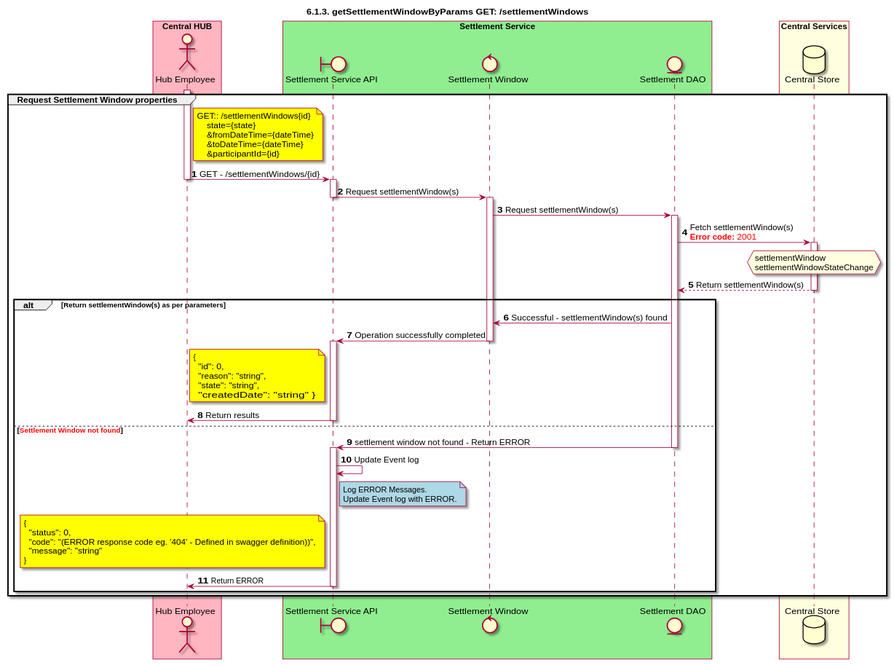
HenkKodde/docs keeps this PlantUML diagram as CentralServices/seq_diagrams/seq-settlementWindow-6.1.3.svg. Above is the earlier version. Its diagram source:
```plantuml
@startuml
title 6.1.3. getSettlementWindowByParams GET: /settlementWindows

autonumber


actor "Hub Employee" as OPERATOR

boundary "Settlement Service API" as SSAPI
control "Settlement Window" as SETTLEWINDOW
entity "Settlement DAO" as SETTLE_DAO

database "Central Store" as DB

box "Central HUB" #LightPink
    participant OPERATOR
end box

box "Settlement Service" #LightGreen
    participant SSAPI
    participant SETTLEWINDOW
    participant SETTLE_DAO
end box

box "Central Services" #LightYellow
    participant DB
end box


group Request Settlement Window properties
    activate OPERATOR
    note right of OPERATOR #Yellow
        GET:: /settlementWindows{id}
            state={state}
            &fromDateTime={dateTime}
            &toDateTime={dateTime}
            &participantId={id}
    end note
    OPERATOR -> SSAPI: GET - /settlementWindows/{id}
    deactivate OPERATOR
    activate SSAPI
    SSAPI -> SETTLEWINDOW: Request settlementWindow(s)
    deactivate SSAPI
    activate SETTLEWINDOW
        SETTLEWINDOW -> SETTLE_DAO: Request settlementWindow(s)
        activate SETTLE_DAO
                SETTLE_DAO -> DB: Fetch settlementWindow(s) \n<color #FF0000><b>Error code:</b> 2001</color>
            activate DB
                hnote over DB #LightYellow
                settlementWindow
                settlementWindowStateChange
                end hnote
                SETTLE_DAO <-- DB: Return settlementWindow(s)
            deactivate DB
    alt Return settlementWindow(s) as per parameters
        SETTLEWINDOW <- SETTLE_DAO: Successful - settlementWindow(s) found
        SSAPI <- SETTLEWINDOW: Operation successfully completed
        deactivate SETTLEWINDOW
        activate SSAPI
        note left of SSAPI #Yellow
            {
              "id": 0,
              "reason": "string",
              "state": "string",
              "createdDate": "string"            }
        end note
        OPERATOR <- SSAPI: Return results
        deactivate SSAPI
    else <color #FF0000><b>Settlement Window not found</b></color>
        SETTLE_DAO -> SSAPI: settlement window not found - Return ERROR
        deactivate SETTLE_DAO
        activate SSAPI
        SSAPI -> SSAPI: Update Event log
        note right of SSAPI #LightBlue
            Log ERROR Messages.
            Update Event log with ERROR.
        end note
        note left of SSAPI #Yellow
            {
              "status": 0,
              "code": "(ERROR response code eg. '404' - Defined in swagger definition))",
              "message": "string"
            }
        end note
        OPERATOR <- SSAPI: Return ERROR
        deactivate SSAPI
    end
end
@enduml
```
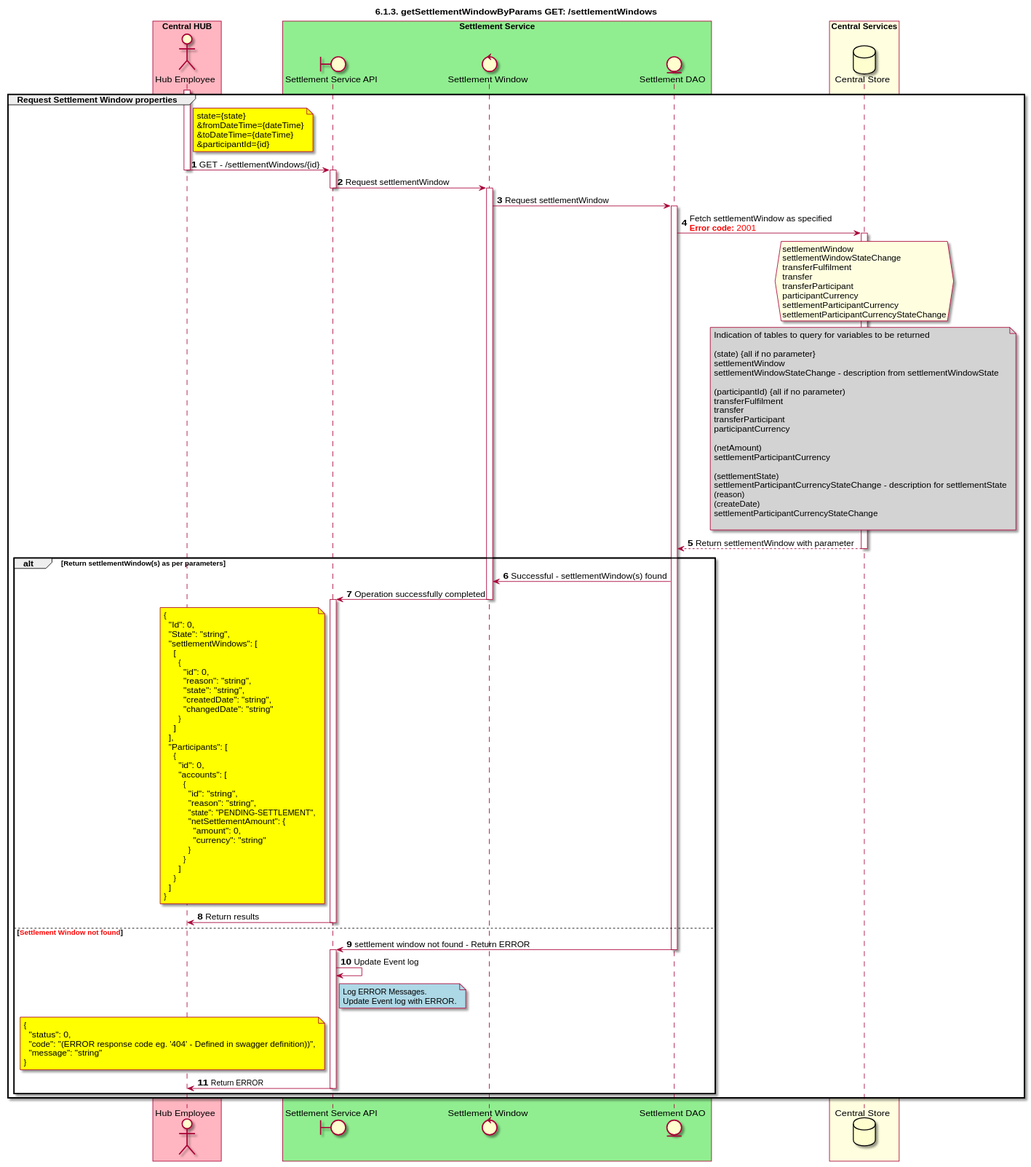
After the change.

What changed in the source:
```diff
@@ -30,39 +30,93 @@
 group Request Settlement Window properties
     activate OPERATOR
     note right of OPERATOR #Yellow
-        GET:: /settlementWindows{id}
-            state={state}
-            &fromDateTime={dateTime}
-            &toDateTime={dateTime}
-            &participantId={id}
+        state={state}
+        &fromDateTime={dateTime}
+        &toDateTime={dateTime}
+        &participantId={id}
     end note
     OPERATOR -> SSAPI: GET - /settlementWindows/{id}
     deactivate OPERATOR
     activate SSAPI
-    SSAPI -> SETTLEWINDOW: Request settlementWindow(s)
+    SSAPI -> SETTLEWINDOW: Request settlementWindow
     deactivate SSAPI
     activate SETTLEWINDOW
-        SETTLEWINDOW -> SETTLE_DAO: Request settlementWindow(s)
-        activate SETTLE_DAO
-                SETTLE_DAO -> DB: Fetch settlementWindow(s) \n<color #FF0000><b>Error code:</b> 2001</color>
-            activate DB
-                hnote over DB #LightYellow
-                settlementWindow
-                settlementWindowStateChange
-                end hnote
-                SETTLE_DAO <-- DB: Return settlementWindow(s)
-            deactivate DB
+    SETTLEWINDOW -> SETTLE_DAO: Request settlementWindow
+    activate SETTLE_DAO
+    SETTLE_DAO -> DB: Fetch settlementWindow as specified \n<color #FF0000><b>Error code:</b> 2001</color>
+    activate DB
+    hnote over DB #LightYellow
+        settlementWindow
+        settlementWindowStateChange
+        transferFulfilment
+        transfer
+        transferParticipant
+        participantCurrency
+        settlementParticipantCurrency
+        settlementParticipantCurrencyStateChange
+    end hnote
+    note over DB #LightGray
+        Indication of tables to query for variables to be returned
+
+        (state) {all if no parameter}
+        settlementWindow
+        settlementWindowStateChange - description from settlementWindowState
+
+        (participantId) {all if no parameter)
+        transferFulfilment
+        transfer
+        transferParticipant
+        participantCurrency
+
+        (netAmount)
+        settlementParticipantCurrency
+
+        (settlementState)
+        settlementParticipantCurrencyStateChange - description for settlementState
+        (reason)
+        (createDate)
+        settlementParticipantCurrencyStateChange
+
+    end note
+    SETTLE_DAO <-- DB: Return settlementWindow with parameter
+    deactivate DB
     alt Return settlementWindow(s) as per parameters
         SETTLEWINDOW <- SETTLE_DAO: Successful - settlementWindow(s) found
         SSAPI <- SETTLEWINDOW: Operation successfully completed
         deactivate SETTLEWINDOW
         activate SSAPI
         note left of SSAPI #Yellow
-            {
-              "id": 0,
-              "reason": "string",
-              "state": "string",
-              "createdDate": "string"            }
+          {
+            "Id": 0,
+            "State": "string",
+            "settlementWindows": [
+              [
+                {
+                  "id": 0,
+                  "reason": "string",
+                  "state": "string",
+                  "createdDate": "string",
+                  "changedDate": "string"
+                }
+              ]
+            ],
+            "Participants": [
+              {
+                "id": 0,
+                "accounts": [
+                  {
+                    "id": "string",
+                    "reason": "string",
+                    "state": "PENDING-SETTLEMENT",
+                    "netSettlementAmount": {
+                      "amount": 0,
+                      "currency": "string"
+                    }
+                  }
+                ]
+              }
+            ]
+          }
         end note
         OPERATOR <- SSAPI: Return results
         deactivate SSAPI
```
